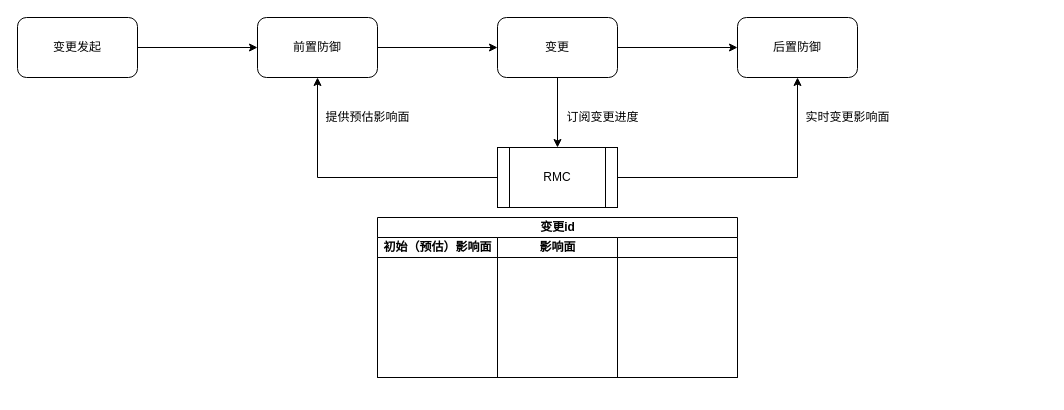
Before: 蚂蚁金服/RMC/蚂蚁金服-RMC-[20200918]-影响面（变更）.drawio in frankneu/draw.io, a draw.io diagram. Source tidied: cells renumbered, new cells numbered last; positions are measured from the earlier drawing's top-left corner, leaving out a move shared by most shapes. Both pictures are drawn from the tidied source at 100%, with x=0, y=0 at pixel (17, 17).
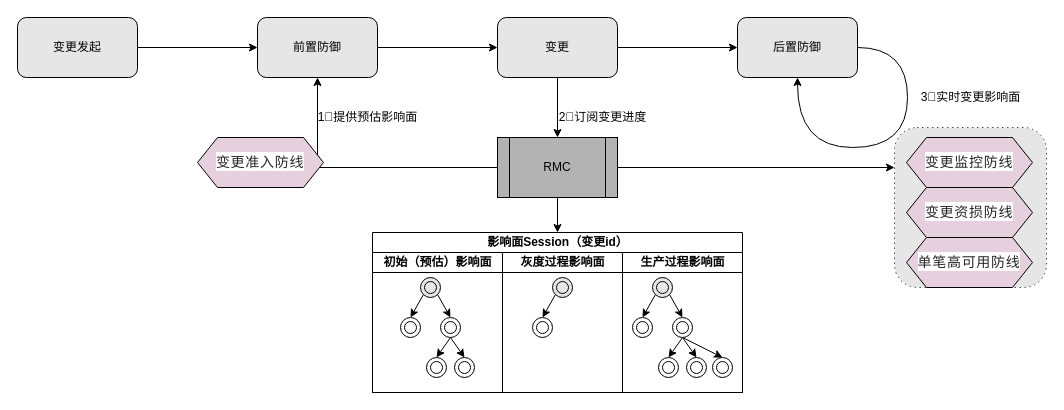
The same diagram, later.

Commit message (it also covers changes not shown here):
Update 蚂蚁金服-RMC-[20200918]-影响面（变更）.drawio

What changed in the source:
```diff
@@
+    <mxCell id="20" style="shape=ext;rounded=1;html=1;whiteSpace=wrap;dashed=1;dashPattern=1 4;fillColor=#E6E6E6;" parent="1" vertex="1">
+      <mxGeometry x="877" y="110" width="152" height="160" as="geometry" />
+    </mxCell>
-    <mxCell id="2" style="edgeStyle=orthogonalEdgeStyle;rounded=0;jettySize=auto;html=1;exitX=1;exitY=0.5;exitDx=0;exitDy=0;entryX=0;entryY=0.5;entryDx=0;entryDy=0;" parent="1" edge="1" source="3" target="5">
+    <mxCell id="2" style="edgeStyle=orthogonalEdgeStyle;rounded=0;jettySize=auto;html=1;exitX=1;exitY=0.5;exitDx=0;exitDy=0;entryX=0;entryY=0.5;entryDx=0;entryDy=0;fillColor=#E6E6E6;" parent="1" edge="1" source="3" target="5">
       <mxGeometry relative="1" as="geometry" />
     </mxCell>
-    <mxCell id="3" value="变更发起" style="rounded=1;whiteSpace=wrap;html=1;" parent="1" vertex="1">
+    <mxCell id="3" value="变更发起" style="rounded=1;whiteSpace=wrap;html=1;fillColor=#E6E6E6;" parent="1" vertex="1">
       <mxGeometry width="120" height="60" as="geometry" />
     </mxCell>
-    <mxCell id="4" style="edgeStyle=orthogonalEdgeStyle;rounded=0;jettySize=auto;html=1;exitX=1;exitY=0.5;exitDx=0;exitDy=0;entryX=0;entryY=0.5;entryDx=0;entryDy=0;" parent="1" edge="1" source="5" target="8">
+    <mxCell id="4" style="edgeStyle=orthogonalEdgeStyle;rounded=0;jettySize=auto;html=1;exitX=1;exitY=0.5;exitDx=0;exitDy=0;entryX=0;entryY=0.5;entryDx=0;entryDy=0;fillColor=#E6E6E6;" parent="1" edge="1" source="5" target="8">
       <mxGeometry relative="1" as="geometry" />
     </mxCell>
-    <mxCell id="5" value="前置防御" style="rounded=1;whiteSpace=wrap;html=1;" parent="1" vertex="1">
+    <mxCell id="5" value="前置防御" style="rounded=1;whiteSpace=wrap;html=1;fillColor=#E6E6E6;" parent="1" vertex="1">
       <mxGeometry x="240" width="120" height="60" as="geometry" />
     </mxCell>
-    <mxCell id="6" style="edgeStyle=orthogonalEdgeStyle;rounded=0;jettySize=auto;html=1;exitX=1;exitY=0.5;exitDx=0;exitDy=0;entryX=0;entryY=0.5;entryDx=0;entryDy=0;" parent="1" edge="1" source="8" target="9">
+    <mxCell id="6" style="edgeStyle=orthogonalEdgeStyle;rounded=0;jettySize=auto;html=1;exitX=1;exitY=0.5;exitDx=0;exitDy=0;entryX=0;entryY=0.5;entryDx=0;entryDy=0;fillColor=#E6E6E6;" parent="1" edge="1" source="8" target="9">
       <mxGeometry relative="1" as="geometry" />
     </mxCell>
@@
-    <mxCell id="8" value="变更" style="rounded=1;whiteSpace=wrap;html=1;" parent="1" vertex="1">
+    <mxCell id="8" value="变更" style="rounded=1;whiteSpace=wrap;html=1;fillColor=#E6E6E6;" parent="1" vertex="1">
       <mxGeometry x="480" width="120" height="60" as="geometry" />
     </mxCell>
-    <mxCell id="9" value="后置防御" style="rounded=1;whiteSpace=wrap;html=1;" parent="1" vertex="1">
+    <mxCell id="9" value="后置防御" style="rounded=1;whiteSpace=wrap;html=1;fillColor=#E6E6E6;" parent="1" vertex="1">
       <mxGeometry x="720" width="120" height="60" as="geometry" />
     </mxCell>
@@
-    <mxCell id="11" style="edgeStyle=orthogonalEdgeStyle;rounded=0;jettySize=auto;html=1;exitX=1;exitY=0.5;exitDx=0;exitDy=0;entryX=0.5;entryY=1;entryDx=0;entryDy=0;" parent="1" edge="1" source="12" target="9">
+    <mxCell id="11" style="edgeStyle=orthogonalEdgeStyle;rounded=0;jettySize=auto;html=1;exitX=1;exitY=0.5;exitDx=0;exitDy=0;entryX=0;entryY=0.25;entryDx=0;entryDy=0;" parent="1" edge="1" source="12" target="20">
       <mxGeometry relative="1" as="geometry" />
     </mxCell>
-    <mxCell id="12" value="RMC" style="shape=process;whiteSpace=wrap;html=1;backgroundOutline=1;" parent="1" vertex="1">
-      <mxGeometry x="480" y="130" width="120" height="60" as="geometry" />
-    </mxCell>
-    <mxCell id="13" value="订阅变更进度" style="text;html=1;align=center;verticalAlign=middle;" parent="1" vertex="1">
-      <mxGeometry x="540" y="90" width="90" height="20" as="geometry" />
+    <mxCell id="13" value="2⃣️订阅变更进度" style="text;html=1;align=center;verticalAlign=middle;" parent="1" vertex="1">
+      <mxGeometry x="535" y="90" width="100" height="20" as="geometry" />
     </mxCell>
-    <mxCell id="14" value="提供预估影响面" style="text;html=1;align=center;verticalAlign=middle;" parent="1" vertex="1">
-      <mxGeometry x="300" y="90" width="100" height="20" as="geometry" />
+    <mxCell id="14" value="1⃣️提供预估影响面" style="text;html=1;align=center;verticalAlign=middle;" parent="1" vertex="1">
+      <mxGeometry x="295" y="90" width="110" height="20" as="geometry" />
     </mxCell>
-    <mxCell id="15" value="实时变更影响面" style="text;html=1;align=center;verticalAlign=middle;" parent="1" vertex="1">
-      <mxGeometry x="780" y="90" width="100" height="20" as="geometry" />
+    <mxCell id="15" value="3⃣️实时变更影响面" style="text;html=1;align=center;verticalAlign=middle;" parent="1" vertex="1">
+      <mxGeometry x="898" y="70" width="110" height="20" as="geometry" />
     </mxCell>
+    <mxCell id="21" value="&lt;span style=&quot;color: rgb(38 , 38 , 38) ; font-family: &amp;#34;chinese quote&amp;#34; , &amp;#34;segoe ui&amp;#34; , &amp;#34;roboto&amp;#34; , &amp;#34;pingfang sc&amp;#34; , &amp;#34;hiragino sans gb&amp;#34; , &amp;#34;microsoft yahei&amp;#34; , &amp;#34;helvetica neue&amp;#34; , &amp;#34;helvetica&amp;#34; , &amp;#34;arial&amp;#34; , sans-serif , &amp;#34;apple color emoji&amp;#34; ; font-size: 14px ; letter-spacing: 0.7px ; background-color: rgb(255 , 255 , 255)&quot;&gt;变更准入防线&lt;/span&gt;" style="shape=hexagon;perimeter=hexagonPerimeter2;whiteSpace=wrap;html=1;fixedSize=1;fillColor=#E6D0DE;" parent="1" vertex="1">
+      <mxGeometry x="180" y="120" width="126" height="50" as="geometry" />
+    </mxCell>
+    <mxCell id="22" value="&lt;span style=&quot;color: rgb(38 , 38 , 38) ; font-family: &amp;#34;chinese quote&amp;#34; , &amp;#34;segoe ui&amp;#34; , &amp;#34;roboto&amp;#34; , &amp;#34;pingfang sc&amp;#34; , &amp;#34;hiragino sans gb&amp;#34; , &amp;#34;microsoft yahei&amp;#34; , &amp;#34;helvetica neue&amp;#34; , &amp;#34;helvetica&amp;#34; , &amp;#34;arial&amp;#34; , sans-serif , &amp;#34;apple color emoji&amp;#34; ; font-size: 14px ; letter-spacing: 0.7px ; background-color: rgb(255 , 255 , 255)&quot;&gt;变更监控防线&lt;/span&gt;" style="shape=hexagon;perimeter=hexagonPerimeter2;whiteSpace=wrap;html=1;fixedSize=1;fillColor=#E6D0DE;" parent="1" vertex="1">
+      <mxGeometry x="889" y="120" width="126" height="50" as="geometry" />
+    </mxCell>
+    <mxCell id="23" value="&lt;span style=&quot;color: rgb(38 , 38 , 38) ; font-family: &amp;#34;chinese quote&amp;#34; , &amp;#34;segoe ui&amp;#34; , &amp;#34;roboto&amp;#34; , &amp;#34;pingfang sc&amp;#34; , &amp;#34;hiragino sans gb&amp;#34; , &amp;#34;microsoft yahei&amp;#34; , &amp;#34;helvetica neue&amp;#34; , &amp;#34;helvetica&amp;#34; , &amp;#34;arial&amp;#34; , sans-serif , &amp;#34;apple color emoji&amp;#34; ; font-size: 14px ; letter-spacing: 0.7px ; background-color: rgb(255 , 255 , 255)&quot;&gt;变更资损防线&lt;/span&gt;" style="shape=hexagon;perimeter=hexagonPerimeter2;whiteSpace=wrap;html=1;fixedSize=1;fillColor=#E6D0DE;" parent="1" vertex="1">
+      <mxGeometry x="889" y="170" width="126" height="50" as="geometry" />
+    </mxCell>
+    <mxCell id="24" value="&lt;span style=&quot;color: rgb(38 , 38 , 38) ; font-family: &amp;#34;chinese quote&amp;#34; , &amp;#34;segoe ui&amp;#34; , &amp;#34;roboto&amp;#34; , &amp;#34;pingfang sc&amp;#34; , &amp;#34;hiragino sans gb&amp;#34; , &amp;#34;microsoft yahei&amp;#34; , &amp;#34;helvetica neue&amp;#34; , &amp;#34;helvetica&amp;#34; , &amp;#34;arial&amp;#34; , sans-serif , &amp;#34;apple color emoji&amp;#34; ; font-size: 14px ; letter-spacing: 0.7px ; background-color: rgb(255 , 255 , 255)&quot;&gt;单笔高可用防线&lt;/span&gt;" style="shape=hexagon;perimeter=hexagonPerimeter2;whiteSpace=wrap;html=1;fixedSize=1;fillColor=#E6D0DE;" parent="1" vertex="1">
+      <mxGeometry x="889" y="220" width="126" height="50" as="geometry" />
+    </mxCell>
+    <mxCell id="25" style="edgeStyle=none;rounded=0;jettySize=auto;html=1;exitX=0.5;exitY=1;exitDx=0;exitDy=0;entryX=0.5;entryY=0;entryDx=0;entryDy=0;fillColor=#E6E6E6;" parent="1" edge="1" source="12" target="16">
+      <mxGeometry relative="1" as="geometry" />
+    </mxCell>
+    <mxCell id="12" value="RMC" style="shape=process;whiteSpace=wrap;html=1;backgroundOutline=1;fillColor=#B3B3B3;" parent="1" vertex="1">
+      <mxGeometry x="480" y="120" width="120" height="60" as="geometry" />
+    </mxCell>
+    <mxCell id="26" style="edgeStyle=orthogonalEdgeStyle;rounded=0;orthogonalLoop=1;jettySize=auto;html=1;exitX=1;exitY=0.5;exitDx=0;exitDy=0;entryX=0.5;entryY=1;entryDx=0;entryDy=0;curved=1;" parent="1" edge="1" source="9" target="9">
+      <mxGeometry relative="1" as="geometry">
+        <Array as="points">
+          <mxPoint x="890" y="30" />
+          <mxPoint x="890" y="130" />
+          <mxPoint x="780" y="130" />
+        </Array>
+      </mxGeometry>
+    </mxCell>
-    <mxCell id="16" value="变更id" style="swimlane;html=1;startSize=20;" parent="1" vertex="1">
-      <mxGeometry x="360" y="200" width="360" height="160" as="geometry" />
+    <mxCell id="16" value="影响面Session（变更id）" style="swimlane;html=1;startSize=20;" parent="1" vertex="1">
+      <mxGeometry x="355" y="215" width="370" height="160" as="geometry" />
     </mxCell>
     <mxCell id="17" value="初始（预估）影响面" style="swimlane;html=1;startSize=20;" parent="16" vertex="1">
-      <mxGeometry y="20" width="120" height="140" as="geometry" />
+      <mxGeometry y="20" width="130" height="140" as="geometry" />
     </mxCell>
+    <mxCell id="27" style="rounded=0;jettySize=auto;html=1;exitX=1;exitY=1;exitDx=0;exitDy=0;entryX=0.5;entryY=0;entryDx=0;entryDy=0;" parent="17" edge="1" source="29" target="35">
+      <mxGeometry relative="1" as="geometry" />
+    </mxCell>
+    <mxCell id="28" style="edgeStyle=none;rounded=0;jettySize=auto;html=1;exitX=0;exitY=1;exitDx=0;exitDy=0;entryX=0.5;entryY=0;entryDx=0;entryDy=0;" parent="17" edge="1" source="29" target="30">
+      <mxGeometry relative="1" as="geometry" />
+    </mxCell>
+    <mxCell id="29" style="ellipse;shape=doubleEllipse;whiteSpace=wrap;html=1;fillColor=#E6E6E6;" parent="17" vertex="1">
+      <mxGeometry x="48" y="25" width="20" height="20" as="geometry" />
+    </mxCell>
+    <mxCell id="30" style="ellipse;shape=doubleEllipse;whiteSpace=wrap;html=1;" parent="17" vertex="1">
+      <mxGeometry x="28" y="65" width="20" height="20" as="geometry" />
+    </mxCell>
+    <mxCell id="31" style="edgeStyle=none;rounded=0;jettySize=auto;html=1;exitX=0.5;exitY=1;exitDx=0;exitDy=0;entryX=0.5;entryY=0;entryDx=0;entryDy=0;" parent="17" edge="1" source="35" target="34">
+      <mxGeometry relative="1" as="geometry" />
+    </mxCell>
+    <mxCell id="32" style="edgeStyle=none;rounded=0;jettySize=auto;html=1;exitX=0.5;exitY=1;exitDx=0;exitDy=0;entryX=0.5;entryY=0;entryDx=0;entryDy=0;" parent="17" edge="1" source="35" target="33">
+      <mxGeometry relative="1" as="geometry" />
+    </mxCell>
+    <mxCell id="33" style="ellipse;shape=doubleEllipse;whiteSpace=wrap;html=1;" parent="17" vertex="1">
+      <mxGeometry x="82" y="105" width="20" height="20" as="geometry" />
+    </mxCell>
+    <mxCell id="34" style="ellipse;shape=doubleEllipse;whiteSpace=wrap;html=1;" parent="17" vertex="1">
+      <mxGeometry x="54" y="105" width="20" height="20" as="geometry" />
+    </mxCell>
+    <mxCell id="35" style="ellipse;shape=doubleEllipse;whiteSpace=wrap;html=1;" parent="17" vertex="1">
+      <mxGeometry x="68" y="65" width="20" height="20" as="geometry" />
+    </mxCell>
-    <mxCell id="18" value="影响面" style="swimlane;html=1;startSize=20;" parent="16" vertex="1">
-      <mxGeometry x="120" y="20" width="120" height="140" as="geometry" />
+    <mxCell id="18" value="灰度过程影响面" style="swimlane;html=1;startSize=20;" parent="16" vertex="1">
+      <mxGeometry x="130" y="20" width="120" height="140" as="geometry" />
     </mxCell>
+    <mxCell id="36" style="edgeStyle=none;rounded=0;jettySize=auto;html=1;exitX=0;exitY=1;exitDx=0;exitDy=0;entryX=0.5;entryY=0;entryDx=0;entryDy=0;" parent="18" edge="1" source="37" target="38">
+      <mxGeometry relative="1" as="geometry" />
+    </mxCell>
+    <mxCell id="37" style="ellipse;shape=doubleEllipse;whiteSpace=wrap;html=1;fillColor=#E6E6E6;" parent="18" vertex="1">
+      <mxGeometry x="50" y="25" width="20" height="20" as="geometry" />
+    </mxCell>
+    <mxCell id="38" style="ellipse;shape=doubleEllipse;whiteSpace=wrap;html=1;" parent="18" vertex="1">
+      <mxGeometry x="30" y="65" width="20" height="20" as="geometry" />
+    </mxCell>
-    <mxCell id="19" style="swimlane;html=1;startSize=20;" parent="16" vertex="1">
-      <mxGeometry x="240" y="20" width="120" height="140" as="geometry" />
+    <mxCell id="19" value="生产过程影响面" style="swimlane;html=1;startSize=20;" parent="16" vertex="1">
+      <mxGeometry x="250" y="20" width="120" height="140" as="geometry" />
     </mxCell>
+    <mxCell id="39" style="rounded=0;jettySize=auto;html=1;exitX=1;exitY=1;exitDx=0;exitDy=0;entryX=0.5;entryY=0;entryDx=0;entryDy=0;" parent="19" edge="1" source="49" target="48">
+      <mxGeometry relative="1" as="geometry" />
+    </mxCell>
+    <mxCell id="40" style="edgeStyle=none;rounded=0;jettySize=auto;html=1;exitX=0;exitY=1;exitDx=0;exitDy=0;entryX=0.5;entryY=0;entryDx=0;entryDy=0;" parent="19" edge="1" source="49" target="41">
+      <mxGeometry relative="1" as="geometry" />
+    </mxCell>
+    <mxCell id="41" style="ellipse;shape=doubleEllipse;whiteSpace=wrap;html=1;" parent="19" vertex="1">
+      <mxGeometry x="10" y="65" width="20" height="20" as="geometry" />
+    </mxCell>
+    <mxCell id="42" style="edgeStyle=none;rounded=0;jettySize=auto;html=1;exitX=0.5;exitY=1;exitDx=0;exitDy=0;entryX=0.5;entryY=0;entryDx=0;entryDy=0;" parent="19" edge="1" source="48" target="47">
+      <mxGeometry relative="1" as="geometry" />
+    </mxCell>
+    <mxCell id="43" style="edgeStyle=none;rounded=0;jettySize=auto;html=1;exitX=0.5;exitY=1;exitDx=0;exitDy=0;entryX=0.5;entryY=0;entryDx=0;entryDy=0;" parent="19" edge="1" source="48" target="46">
+      <mxGeometry relative="1" as="geometry" />
+    </mxCell>
+    <mxCell id="44" style="edgeStyle=none;rounded=0;jettySize=auto;html=1;exitX=0.5;exitY=1;exitDx=0;exitDy=0;entryX=0.5;entryY=0;entryDx=0;entryDy=0;" parent="19" edge="1" source="48" target="45">
+      <mxGeometry relative="1" as="geometry" />
+    </mxCell>
+    <mxCell id="45" style="ellipse;shape=doubleEllipse;whiteSpace=wrap;html=1;" parent="19" vertex="1">
+      <mxGeometry x="90" y="105" width="20" height="20" as="geometry" />
+    </mxCell>
+    <mxCell id="46" style="ellipse;shape=doubleEllipse;whiteSpace=wrap;html=1;" parent="19" vertex="1">
+      <mxGeometry x="64" y="105" width="20" height="20" as="geometry" />
+    </mxCell>
+    <mxCell id="47" style="ellipse;shape=doubleEllipse;whiteSpace=wrap;html=1;" parent="19" vertex="1">
+      <mxGeometry x="36" y="105" width="20" height="20" as="geometry" />
+    </mxCell>
+    <mxCell id="48" style="ellipse;shape=doubleEllipse;whiteSpace=wrap;html=1;" parent="19" vertex="1">
+      <mxGeometry x="50" y="65" width="20" height="20" as="geometry" />
+    </mxCell>
+    <mxCell id="49" style="ellipse;shape=doubleEllipse;whiteSpace=wrap;html=1;fillColor=#E6E6E6;" parent="19" vertex="1">
+      <mxGeometry x="30" y="25" width="20" height="20" as="geometry" />
+    </mxCell>
```
